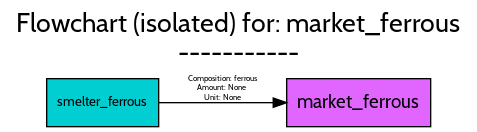
Earlier version of the Graphviz export src/examples/ELV/figures/flowcharts/processes/png/market_ferrous.png (FutuRaM-Project/Recovery-Model). Its source is kept beside it as src/examples/ELV/figures/flowcharts/processes/dot/market_ferrous.dot.
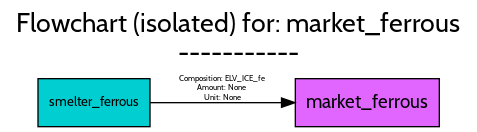
The same file after the commit.

Change to the diagram source:
```diff
@@ -19,7 +19,7 @@
 		fontname=Cabin,
 		fontsize=14,
 		height=0.5,
-		pos="265,18",
+		pos="271.5,18",
 		shape=box,
 		style=filled,
 		width=1.5];
@@ -27,16 +27,16 @@
 		fontname=Cabin,
 		fontsize=10,
 		height=0.5,
-		pos="73,18",
+		pos="66.5,18",
 		shape=box,
 		style=filled,
 		width=1.1667];
 	smelter_ferrous -> market_ferrous	[color=black,
 		fontname=Cabin,
 		fontsize=6,
-		label="Composition: ferrous
+		label="Composition: ELV_ICE_fe
 Amount: None
 Unit: None",
 		lp="163,28.5",
-		pos="e,210.92,18 115.23,18 140.21,18 172.59,18 200.76,18"];
+		pos="e,217.14,18 108.58,18 136.81,18 174.83,18 206.94,18"];
 }
```
